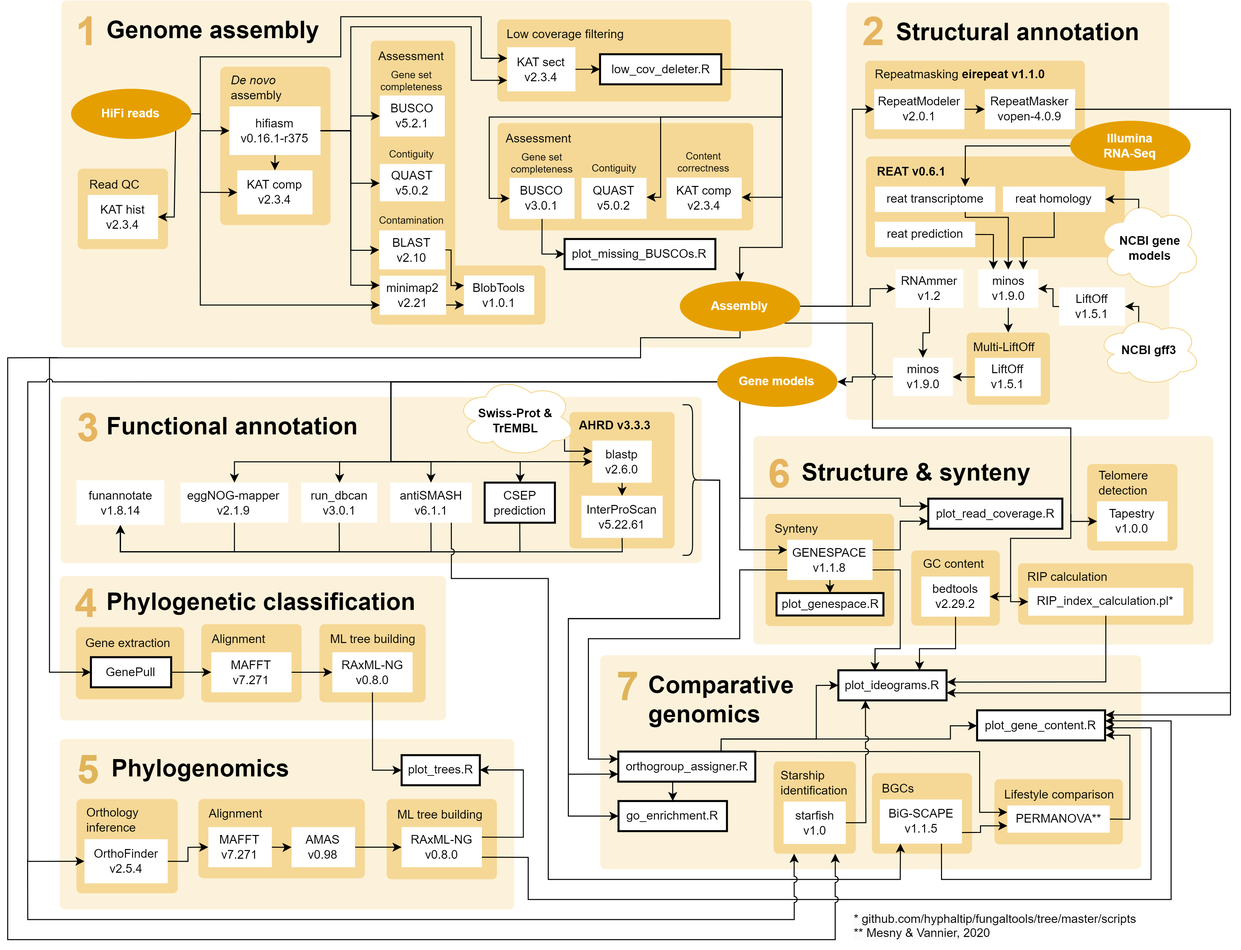
This is schematic.png from Rowena-h/GaeumannomycesGenomics, a draw.io export, as it was before one commit. Source tidied: cells renumbered, new cells last; positions are measured from the earlier drawing's top-left corner, leaving out a move shared by most shapes.
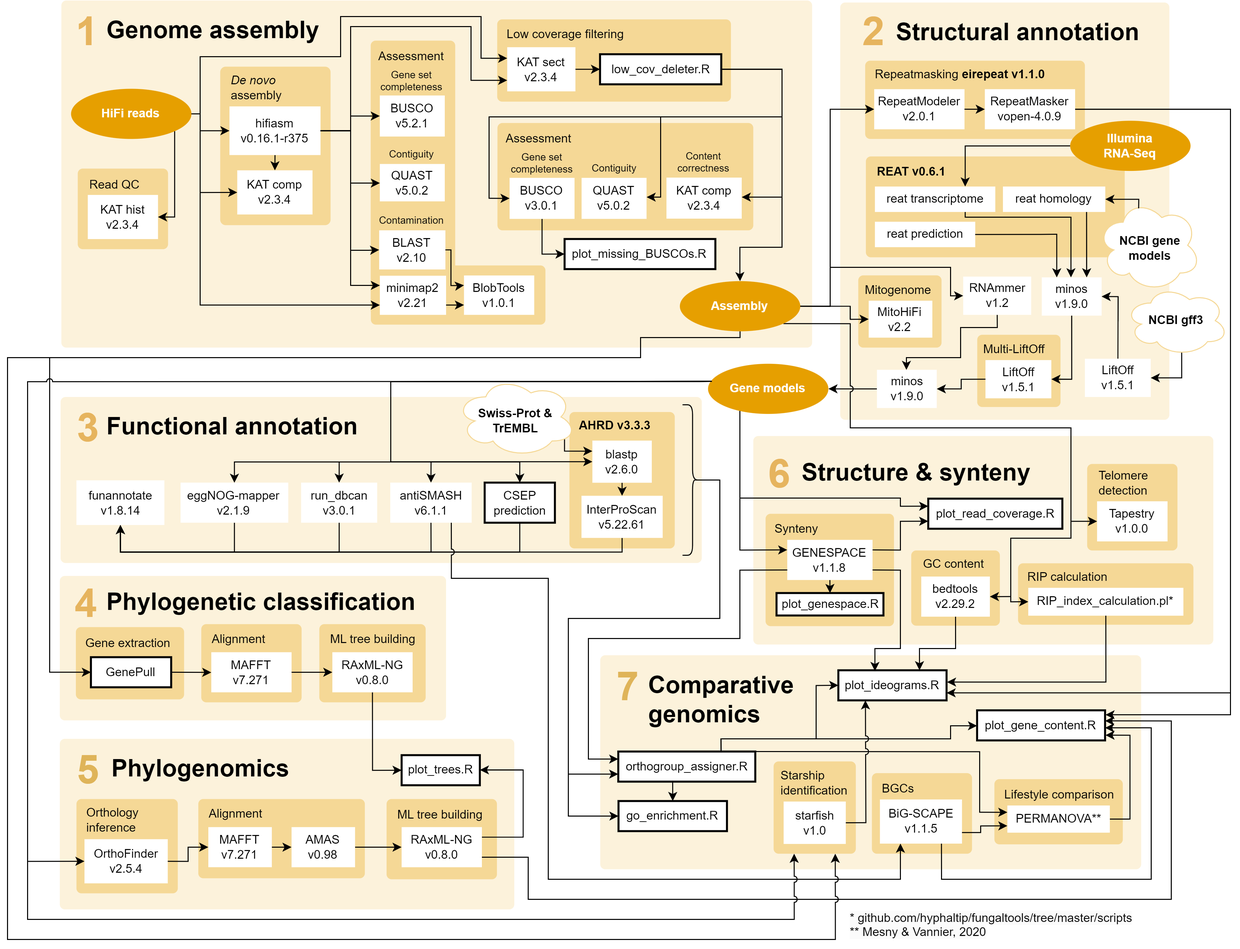
Later version of the same file.

The edit, as a diff of the source:
```diff
@@ -108,3 +108,3 @@
     <mxCell id="35" style="rounded=1;absoluteArcSize=1;html=1;arcSize=10;align=left;dashed=1;fillColor=#F5D896;fontFamily=Arial;strokeColor=none;strokeWidth=2;opacity=35;" parent="1" vertex="1">
-      <mxGeometry x="836.1" y="2" width="322" height="416" as="geometry" />
+      <mxGeometry x="830" y="2" width="328.1" height="416" as="geometry" />
     </mxCell>
@@ -352,4 +352,6 @@
         <Array as="points">
-          <mxPoint x="860" y="305" />
-          <mxPoint x="860" y="287" />
+          <mxPoint x="820" y="305" />
+          <mxPoint x="820" y="266" />
+          <mxPoint x="940" y="266" />
+          <mxPoint x="940" y="294" />
         </Array>
@@ -357,5 +359,6 @@
     </mxCell>
-    <mxCell id="82" style="edgeStyle=orthogonalEdgeStyle;rounded=0;jettySize=auto;html=1;exitX=0;exitY=0.5;exitDx=0;exitDy=0;entryX=0.5;entryY=0;entryDx=0;entryDy=0;" parent="1" edge="1" source="220" target="75">
+    <mxCell id="82" style="edgeStyle=orthogonalEdgeStyle;rounded=0;jettySize=auto;html=1;exitX=0.029;exitY=0.351;exitDx=0;exitDy=0;entryX=0.5;entryY=0;entryDx=0;entryDy=0;exitPerimeter=0;" parent="1" edge="1" source="220" target="75">
       <mxGeometry relative="1" as="geometry">
         <Array as="points">
+          <mxPoint x="690" y="380" />
           <mxPoint x="382" y="380" />
@@ -366,5 +369,7 @@
     </mxCell>
-    <mxCell id="83" style="edgeStyle=orthogonalEdgeStyle;rounded=0;jettySize=auto;html=1;exitX=0;exitY=0.5;exitDx=0;exitDy=0;entryX=0.5;entryY=0;entryDx=0;entryDy=0;" parent="1" edge="1" source="220" target="79">
+    <mxCell id="83" style="edgeStyle=orthogonalEdgeStyle;rounded=0;jettySize=auto;html=1;exitX=0.029;exitY=0.351;exitDx=0;exitDy=0;entryX=0.5;entryY=0;entryDx=0;entryDy=0;exitPerimeter=0;" parent="1" edge="1" source="220">
       <mxGeometry relative="1" as="geometry">
+        <mxPoint x="226.2" y="480.7" as="targetPoint" />
         <Array as="points">
+          <mxPoint x="690" y="380" />
           <mxPoint x="382" y="380" />
@@ -375,5 +380,6 @@
     </mxCell>
-    <mxCell id="84" style="edgeStyle=orthogonalEdgeStyle;rounded=0;jettySize=auto;html=1;exitX=0;exitY=0.5;exitDx=0;exitDy=0;entryX=0.5;entryY=0;entryDx=0;entryDy=0;" parent="1" edge="1" source="220" target="77">
+    <mxCell id="84" style="edgeStyle=orthogonalEdgeStyle;rounded=0;jettySize=auto;html=1;exitX=0.029;exitY=0.35;exitDx=0;exitDy=0;entryX=0.5;entryY=0;entryDx=0;entryDy=0;exitPerimeter=0;" parent="1" edge="1" source="220" target="77">
       <mxGeometry relative="1" as="geometry">
         <Array as="points">
+          <mxPoint x="690" y="380" />
           <mxPoint x="382" y="380" />
@@ -381,3 +387,2 @@
           <mxPoint x="511" y="460" />
-          <mxPoint x="511" y="481" />
         </Array>
@@ -385,5 +390,6 @@
     </mxCell>
-    <mxCell id="85" style="edgeStyle=orthogonalEdgeStyle;rounded=0;jettySize=auto;html=1;exitX=0;exitY=0.5;exitDx=0;exitDy=0;entryX=0.5;entryY=0;entryDx=0;entryDy=0;" parent="1" edge="1" source="220" target="73">
+    <mxCell id="85" style="edgeStyle=orthogonalEdgeStyle;rounded=0;jettySize=auto;html=1;exitX=0.029;exitY=0.35;exitDx=0;exitDy=0;entryX=0.5;entryY=0;entryDx=0;entryDy=0;exitPerimeter=0;" parent="1" edge="1" source="220" target="73">
       <mxGeometry relative="1" as="geometry">
         <Array as="points">
+          <mxPoint x="690" y="380" />
           <mxPoint x="382" y="380" />
@@ -391,3 +397,2 @@
           <mxPoint x="331" y="460" />
-          <mxPoint x="331" y="481" />
         </Array>
@@ -413,4 +418,4 @@
         <Array as="points">
-          <mxPoint x="842" y="305" />
-          <mxPoint x="842" y="108" />
+          <mxPoint x="820" y="305" />
+          <mxPoint x="820" y="108" />
         </Array>
@@ -448,7 +453,4 @@
     </mxCell>
-    <mxCell id="99" style="edgeStyle=orthogonalEdgeStyle;rounded=0;jettySize=auto;html=1;exitX=0.5;exitY=1;exitDx=0;exitDy=0;entryX=0.5;entryY=0;entryDx=0;entryDy=0;" parent="1" edge="1" source="100" target="186">
-      <mxGeometry relative="1" as="geometry" />
-    </mxCell>
     <mxCell id="100" value="minos&lt;br&gt;v1.9.0" style="rounded=0;whiteSpace=wrap;html=1;strokeColor=none;fontFamily=Arial;" parent="1" vertex="1">
-      <mxGeometry x="967.7" y="268.1" width="59.6" height="38.1" as="geometry" />
+      <mxGeometry x="1030.9" y="276" width="59.6" height="38.1" as="geometry" />
     </mxCell>
@@ -546,4 +548,5 @@
         <Array as="points">
-          <mxPoint x="954.8" y="216" />
-          <mxPoint x="997.8" y="216" />
+          <mxPoint x="955" y="216" />
+          <mxPoint x="1060" y="216" />
+          <mxPoint x="1060" y="276" />
         </Array>
@@ -554,7 +557,7 @@
     </mxCell>
-    <mxCell id="129" style="edgeStyle=orthogonalEdgeStyle;rounded=0;jettySize=auto;html=1;exitX=0.5;exitY=1;exitDx=0;exitDy=0;entryX=0.75;entryY=0;entryDx=0;entryDy=0;" parent="1" edge="1" source="130" target="100">
+    <mxCell id="129" style="edgeStyle=orthogonalEdgeStyle;rounded=0;jettySize=auto;html=1;exitX=0.817;exitY=0.993;exitDx=0;exitDy=0;entryX=0.75;entryY=0;entryDx=0;entryDy=0;exitPerimeter=0;" parent="1" edge="1" source="130" target="100">
       <mxGeometry relative="1" as="geometry">
         <Array as="points">
-          <mxPoint x="1043.8" y="236" />
-          <mxPoint x="1012.8" y="236" />
+          <mxPoint x="1076" y="236" />
+          <mxPoint x="1076" y="236" />
         </Array>
@@ -566,3 +569,8 @@
     <mxCell id="131" style="edgeStyle=orthogonalEdgeStyle;rounded=0;jettySize=auto;html=1;exitX=1;exitY=0.5;exitDx=0;exitDy=0;entryX=0.25;entryY=0;entryDx=0;entryDy=0;" parent="1" edge="1" source="132" target="100">
-      <mxGeometry relative="1" as="geometry" />
+      <mxGeometry relative="1" as="geometry">
+        <Array as="points">
+          <mxPoint x="1030" y="233" />
+          <mxPoint x="1038" y="233" />
+        </Array>
+      </mxGeometry>
     </mxCell>
@@ -583,7 +591,7 @@
     </mxCell>
-    <mxCell id="137" style="edgeStyle=orthogonalEdgeStyle;rounded=0;jumpStyle=arc;jettySize=auto;html=1;exitX=0;exitY=0.5;exitDx=0;exitDy=0;entryX=1;entryY=0.5;entryDx=0;entryDy=0;fontColor=#ACD1AD;" parent="1" edge="1" source="138" target="100">
+    <mxCell id="137" style="edgeStyle=orthogonalEdgeStyle;rounded=0;jumpStyle=arc;jettySize=auto;html=1;entryX=1;entryY=0.5;entryDx=0;entryDy=0;fontColor=#ACD1AD;" parent="1" edge="1" source="138" target="100">
       <mxGeometry relative="1" as="geometry">
         <Array as="points">
-          <mxPoint x="1042" y="305" />
-          <mxPoint x="1042" y="287" />
+          <mxPoint x="1107" y="305" />
+          <mxPoint x="1107" y="295" />
         </Array>
@@ -592,3 +600,3 @@
     <mxCell id="138" value="LiftOff&lt;br&gt;v1.5.1" style="rounded=0;whiteSpace=wrap;html=1;strokeColor=none;fontFamily=Arial;" parent="1" vertex="1">
-      <mxGeometry x="1048.2" y="286" width="65.6" height="38.1" as="geometry" />
+      <mxGeometry x="1073.9" y="357.1" width="65.6" height="38.1" as="geometry" />
     </mxCell>
@@ -610,6 +618,6 @@
     </mxCell>
-    <mxCell id="143" style="edgeStyle=orthogonalEdgeStyle;rounded=0;jumpStyle=arc;jettySize=auto;html=1;exitX=0.4;exitY=0.1;exitDx=0;exitDy=0;exitPerimeter=0;entryX=1;entryY=0.5;entryDx=0;entryDy=0;fontColor=#ACD1AD;" parent="1" edge="1" source="145" target="138">
+    <mxCell id="143" style="edgeStyle=orthogonalEdgeStyle;rounded=0;jumpStyle=arc;jettySize=auto;html=1;exitX=0.55;exitY=0.95;exitDx=0;exitDy=0;exitPerimeter=0;entryX=1;entryY=0.5;entryDx=0;entryDy=0;fontColor=#ACD1AD;" parent="1" edge="1" source="145" target="138">
       <mxGeometry relative="1" as="geometry">
         <Array as="points">
-          <mxPoint x="1128" y="305" />
+          <mxPoint x="1170" y="376" />
         </Array>
@@ -628,6 +636,6 @@
     <mxCell id="145" style="ellipse;shape=cloud;whiteSpace=wrap;html=1;strokeColor=#F5D896;fontFamily=Arial;" parent="1" vertex="1">
-      <mxGeometry x="1086.3" y="314.1" width="102.9" height="70" as="geometry" />
+      <mxGeometry x="1113.8" y="284.1" width="102.9" height="70" as="geometry" />
     </mxCell>
     <mxCell id="146" value="&lt;b&gt;NCBI gff3&lt;/b&gt;" style="text;html=1;strokeColor=none;fillColor=none;align=center;verticalAlign=middle;whiteSpace=wrap;rounded=0;fontFamily=Arial;" parent="1" vertex="1">
-      <mxGeometry x="1104" y="329.5" width="67.5" height="39.1" as="geometry" />
+      <mxGeometry x="1131.5" y="299.5" width="67.5" height="39.1" as="geometry" />
     </mxCell>
@@ -783,17 +791,20 @@
     <mxCell id="181" style="edgeStyle=orthogonalEdgeStyle;rounded=0;jettySize=auto;html=1;exitX=0.5;exitY=1;exitDx=0;exitDy=0;entryX=0.5;entryY=0;entryDx=0;entryDy=0;" parent="1" edge="1" source="182" target="184">
-      <mxGeometry relative="1" as="geometry" />
+      <mxGeometry relative="1" as="geometry">
+        <Array as="points">
+          <mxPoint x="987" y="326" />
+          <mxPoint x="950" y="326" />
+          <mxPoint x="950" y="356" />
+          <mxPoint x="896" y="356" />
+          <mxPoint x="896" y="368" />
+        </Array>
+      </mxGeometry>
     </mxCell>
     <mxCell id="182" value="RNAmmer&lt;br&gt;v1.2" style="rounded=0;whiteSpace=wrap;html=1;strokeColor=none;fontFamily=Arial;" parent="1" vertex="1">
-      <mxGeometry x="885.1" y="268.1" width="67.8" height="38.1" as="geometry" />
+      <mxGeometry x="952.6" y="275.2" width="67.8" height="38.1" as="geometry" />
     </mxCell>
     <mxCell id="183" style="edgeStyle=orthogonalEdgeStyle;rounded=0;jettySize=auto;html=1;exitX=0;exitY=0.5;exitDx=0;exitDy=0;entryX=1;entryY=0.5;entryDx=0;entryDy=0;" parent="1" edge="1" source="184" target="220">
-      <mxGeometry relative="1" as="geometry">
-        <Array as="points">
-          <mxPoint x="842" y="375" />
-          <mxPoint x="842" y="380" />
-        </Array>
-      </mxGeometry>
+      <mxGeometry relative="1" as="geometry" />
     </mxCell>
     <mxCell id="184" value="minos&lt;br&gt;v1.9.0" style="rounded=0;whiteSpace=wrap;html=1;strokeColor=none;fontFamily=Arial;" parent="1" vertex="1">
-      <mxGeometry x="882.6" y="356.1" width="59.6" height="38.1" as="geometry" />
+      <mxGeometry x="866.6" y="368.1" width="59.6" height="38.1" as="geometry" />
     </mxCell>
@@ -802,4 +813,4 @@
         <Array as="points">
-          <mxPoint x="862" y="322" />
-          <mxPoint x="862" y="426" />
+          <mxPoint x="840" y="322" />
+          <mxPoint x="840" y="426" />
           <mxPoint x="1060" y="426" />
@@ -811,14 +822,2 @@
     </mxCell>
-    <mxCell id="186" style="rounded=1;absoluteArcSize=1;html=1;arcSize=10;align=left;labelPosition=center;verticalLabelPosition=middle;verticalAlign=top;strokeColor=none;fontFamily=Arial;fillColor=#F5D896;" parent="1" vertex="1">
-      <mxGeometry x="956" y="331" width="83" height="72" as="geometry" />
-    </mxCell>
-    <mxCell id="187" value="Multi-LiftOff" style="text;html=1;strokeColor=none;fillColor=none;align=left;verticalAlign=middle;whiteSpace=wrap;rounded=0;fontFamily=Arial;" parent="1" vertex="1">
-      <mxGeometry x="960.7" y="336" width="72.8" height="20.2" as="geometry" />
-    </mxCell>
-    <mxCell id="188" style="edgeStyle=orthogonalEdgeStyle;rounded=0;jettySize=auto;html=1;exitX=0;exitY=0.5;exitDx=0;exitDy=0;entryX=1;entryY=0.5;entryDx=0;entryDy=0;" parent="1" edge="1" source="189" target="184">
-      <mxGeometry relative="1" as="geometry" />
-    </mxCell>
-    <mxCell id="189" value="LiftOff&lt;br&gt;v1.5.1" style="rounded=0;whiteSpace=wrap;html=1;strokeColor=none;fontFamily=Arial;" parent="1" vertex="1">
-      <mxGeometry x="964.2" y="356.2" width="65.6" height="38.1" as="geometry" />
-    </mxCell>
     <mxCell id="190" value="go_enrichment.R" style="rounded=0;whiteSpace=wrap;html=1;strokeColor=default;fontFamily=Arial;strokeWidth=2;" parent="1" vertex="1">
@@ -847,3 +846,3 @@
     <mxCell id="196" value="&lt;span style=&quot;color: rgb(0, 0, 0); font-family: Arial; font-size: 12px; font-style: normal; font-variant-ligatures: normal; font-variant-caps: normal; font-weight: 400; letter-spacing: normal; orphans: 2; text-align: center; text-indent: 0px; text-transform: none; widows: 2; word-spacing: 0px; -webkit-text-stroke-width: 0px; background-color: rgb(251, 251, 251); text-decoration-thickness: initial; text-decoration-style: initial; text-decoration-color: initial; float: none; display: inline !important;&quot;&gt;* github.com/hyphaltip/fungaltools/tree/master/scripts&lt;br&gt;** Mesny &amp;amp;&amp;nbsp;&lt;/span&gt;&lt;span style=&quot;color: rgb(0, 0, 0); font-family: Arial; font-size: 12px; font-style: normal; font-variant-ligatures: normal; font-variant-caps: normal; font-weight: 400; letter-spacing: normal; orphans: 2; text-align: center; text-indent: 0px; text-transform: none; widows: 2; word-spacing: 0px; -webkit-text-stroke-width: 0px; background-color: rgb(251, 251, 251); text-decoration-thickness: initial; text-decoration-style: initial; text-decoration-color: initial; float: none; display: inline !important;&quot;&gt;Vannier, 2020&lt;/span&gt;" style="text;whiteSpace=wrap;html=1;" parent="1" vertex="1">
-      <mxGeometry x="841.5" y="902" width="312" height="28.6" as="geometry" />
+      <mxGeometry x="837.6" y="901" width="312" height="28.6" as="geometry" />
     </mxCell>
@@ -982,5 +981,6 @@
     </mxCell>
-    <mxCell id="217" style="edgeStyle=orthogonalEdgeStyle;rounded=0;jettySize=auto;html=1;exitX=0;exitY=0.5;exitDx=0;exitDy=0;entryX=0;entryY=0.5;entryDx=0;entryDy=0;" parent="1" edge="1" source="220" target="97">
+    <mxCell id="217" style="edgeStyle=orthogonalEdgeStyle;rounded=0;jettySize=auto;html=1;exitX=0.03;exitY=0.35;exitDx=0;exitDy=0;entryX=0;entryY=0.5;entryDx=0;entryDy=0;exitPerimeter=0;" parent="1" edge="1" source="220" target="97">
       <mxGeometry relative="1" as="geometry">
         <Array as="points">
+          <mxPoint x="690" y="380" />
           <mxPoint x="382" y="380" />
@@ -1010,3 +1010,3 @@
     <mxCell id="220" value="&lt;div&gt;&lt;b&gt;Gene models&lt;/b&gt;&lt;/div&gt;" style="ellipse;whiteSpace=wrap;html=1;labelBackgroundColor=none;align=center;sketch=0;shadow=0;fillColor=#E69F00;strokeColor=none;fontColor=#FFFFFF;fontFamily=Arial;" parent="1" vertex="1">
-      <mxGeometry x="707.2" y="355.1" width="120" height="50" as="geometry" />
+      <mxGeometry x="698.2" y="362.1" width="120" height="50" as="geometry" />
     </mxCell>
@@ -1015,5 +1015,6 @@
     </mxCell>
-    <mxCell id="222" style="edgeStyle=orthogonalEdgeStyle;rounded=0;jettySize=auto;html=1;exitX=0;exitY=0.5;exitDx=0;exitDy=0;entryX=0;entryY=0.5;entryDx=0;entryDy=0;fontColor=#dfb459;jumpStyle=arc;" parent="1" edge="1" source="220" target="104">
+    <mxCell id="222" style="edgeStyle=orthogonalEdgeStyle;rounded=0;jettySize=auto;html=1;exitX=0.033;exitY=0.351;exitDx=0;exitDy=0;entryX=0;entryY=0.5;entryDx=0;entryDy=0;fontColor=#dfb459;jumpStyle=arc;exitPerimeter=0;" parent="1" edge="1" source="220" target="104">
       <mxGeometry relative="1" as="geometry">
         <Array as="points">
+          <mxPoint x="690" y="380" />
           <mxPoint x="20" y="380" />
@@ -1040,2 +1041,40 @@
     </mxCell>
+    <mxCell id="227" style="group;" parent="1" vertex="1">
+      <mxGeometry x="848" y="274" width="83" height="72" as="geometry" />
+    </mxCell>
+    <mxCell id="228" style="rounded=1;absoluteArcSize=1;html=1;arcSize=10;align=left;labelPosition=center;verticalLabelPosition=middle;verticalAlign=top;strokeColor=none;fontFamily=Arial;fillColor=#F5D896;" parent="227" vertex="1">
+      <mxGeometry width="83" height="72" as="geometry" />
+    </mxCell>
+    <mxCell id="229" value="Mitogenome" style="text;html=1;strokeColor=none;fillColor=none;align=left;verticalAlign=middle;whiteSpace=wrap;rounded=0;fontFamily=Arial;" parent="227" vertex="1">
+      <mxGeometry x="4.6" y="5" width="72.8" height="20.2" as="geometry" />
+    </mxCell>
+    <mxCell id="230" value="MitoHiFi&lt;br&gt;v2.2" style="rounded=0;whiteSpace=wrap;html=1;strokeColor=none;fontFamily=Arial;" parent="227" vertex="1">
+      <mxGeometry x="10.4" y="25.2" width="63.4" height="36.8" as="geometry" />
+    </mxCell>
+    <mxCell id="231" style="group;" parent="1" vertex="1">
+      <mxGeometry x="966.6" y="333.2" width="83" height="72" as="geometry" />
+    </mxCell>
+    <mxCell id="186" style="rounded=1;absoluteArcSize=1;html=1;arcSize=10;align=left;labelPosition=center;verticalLabelPosition=middle;verticalAlign=top;strokeColor=none;fontFamily=Arial;fillColor=#F5D896;" parent="231" vertex="1">
+      <mxGeometry width="83" height="72" as="geometry" />
+    </mxCell>
+    <mxCell id="187" value="Multi-LiftOff" style="text;html=1;strokeColor=none;fillColor=none;align=left;verticalAlign=middle;whiteSpace=wrap;rounded=0;fontFamily=Arial;" parent="231" vertex="1">
+      <mxGeometry x="4.6" y="5" width="72.8" height="20.2" as="geometry" />
+    </mxCell>
+    <mxCell id="189" value="LiftOff&lt;br&gt;v1.5.1" style="rounded=0;whiteSpace=wrap;html=1;strokeColor=none;fontFamily=Arial;" parent="231" vertex="1">
+      <mxGeometry x="8.2" y="25.2" width="65.6" height="38.1" as="geometry" />
+    </mxCell>
+    <mxCell id="232" style="edgeStyle=orthogonalEdgeStyle;rounded=0;jettySize=auto;html=1;exitX=0.5;exitY=1;exitDx=0;exitDy=0;entryX=1;entryY=0.5;entryDx=0;entryDy=0;" parent="1" edge="1" source="100" target="189">
+      <mxGeometry relative="1" as="geometry" />
+    </mxCell>
+    <mxCell id="233" style="edgeStyle=orthogonalEdgeStyle;rounded=0;jettySize=auto;html=1;exitX=1;exitY=0.5;exitDx=0;exitDy=0;entryX=0;entryY=0.5;entryDx=0;entryDy=0;" parent="1" edge="1" source="225" target="230">
+      <mxGeometry relative="1" as="geometry">
+        <Array as="points">
+          <mxPoint x="840" y="305" />
+          <mxPoint x="840" y="318" />
+        </Array>
+      </mxGeometry>
+    </mxCell>
+    <mxCell id="188" style="edgeStyle=orthogonalEdgeStyle;rounded=0;jettySize=auto;html=1;exitX=0;exitY=0.5;exitDx=0;exitDy=0;entryX=1;entryY=0.5;entryDx=0;entryDy=0;" parent="1" edge="1" source="189" target="184">
+      <mxGeometry relative="1" as="geometry" />
+    </mxCell>
   </root>
```
